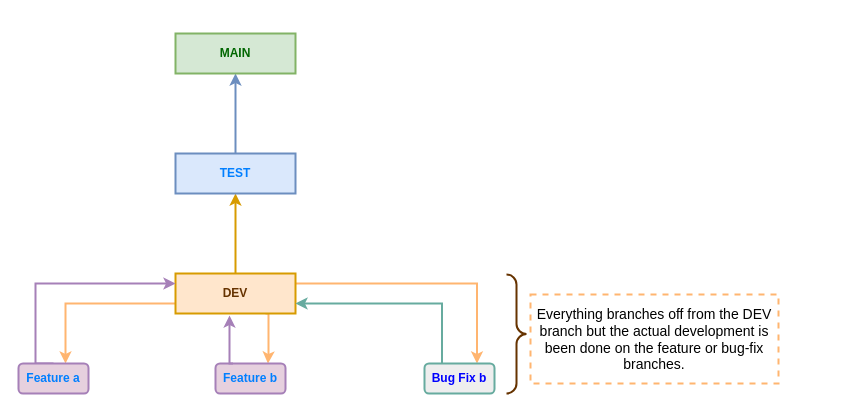
Above: Untitled Diagram.drawio in vadramson/Drawings (draw.io), before the change. Source tidied: cells renumbered, new cells numbered last; positions are measured from the earlier drawing's top-left corner, leaving out a move shared by most shapes. Both pictures are drawn from the tidied source at 100%, with x=0, y=0 at pixel (18, 33).
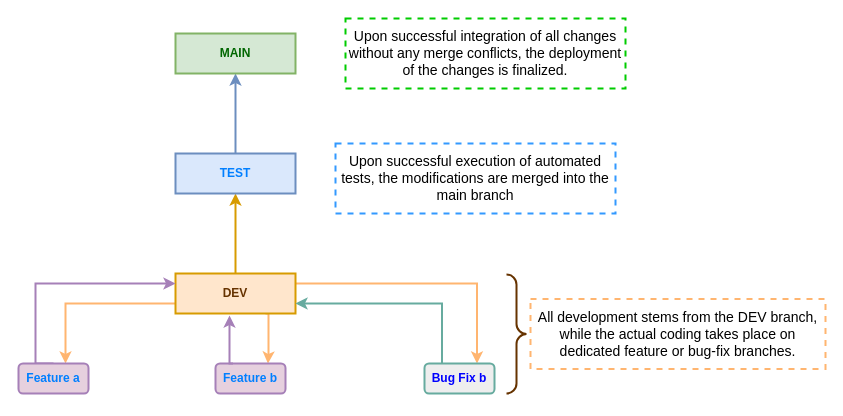
After the change.

The edit, as a diff of the source:
```diff
@@
-    <mxCell id="18" value="&lt;font style=&quot;font-size: 14px;&quot;&gt;Everything branches off from the DEV branch but the actual development is been done on the feature or bug-fix branches.&lt;/font&gt;" style="text;html=1;strokeColor=#FFB570;fillColor=none;align=center;verticalAlign=middle;whiteSpace=wrap;rounded=0;dashed=1;strokeWidth=2;" parent="1" vertex="1">
-      <mxGeometry x="512" y="261" width="248" height="89" as="geometry" />
+    <mxCell id="18" value="&lt;font style=&quot;font-size: 14px;&quot;&gt;All development stems from the DEV branch, while the actual coding takes place on dedicated feature or bug-fix branches.&lt;/font&gt;" style="text;html=1;strokeColor=#FFB570;fillColor=none;align=center;verticalAlign=middle;whiteSpace=wrap;rounded=0;dashed=1;strokeWidth=2;" parent="1" vertex="1">
+      <mxGeometry x="512" y="265.5" width="295" height="70" as="geometry" />
     </mxCell>
+    <mxCell id="19" value="&lt;font style=&quot;font-size: 14px;&quot;&gt;Upon successful execution of automated tests, the modifications are&amp;nbsp;merged into the main branch&lt;/font&gt;" style="text;html=1;strokeColor=#3399FF;fillColor=none;align=center;verticalAlign=middle;whiteSpace=wrap;rounded=0;dashed=1;strokeWidth=2;" parent="1" vertex="1">
+      <mxGeometry x="317" y="110" width="280" height="70" as="geometry" />
+    </mxCell>
+    <mxCell id="20" value="&lt;font style=&quot;font-size: 14px;&quot;&gt;Upon successful integration of all changes without any merge conflicts, the deployment of the changes is finalized.&lt;/font&gt;" style="text;html=1;strokeColor=#00CC00;fillColor=none;align=center;verticalAlign=middle;whiteSpace=wrap;rounded=0;dashed=1;strokeWidth=2;" parent="1" vertex="1">
+      <mxGeometry x="327" y="-15" width="280" height="70" as="geometry" />
+    </mxCell>
```
